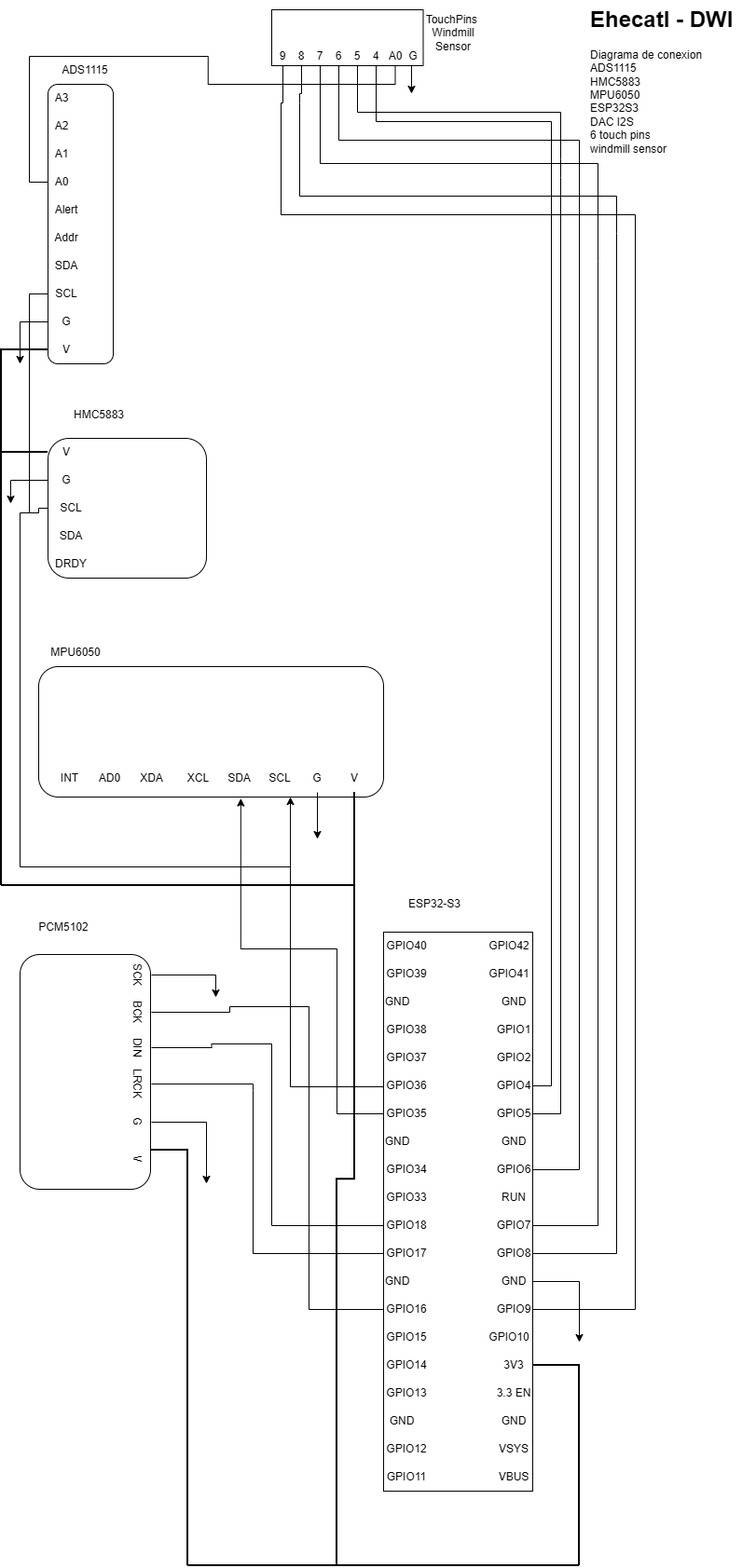
Before: Schematic/Ehecatl-DWI.drawio.png, a diagram exported from draw.io (manoxs/Ehecatl). Source tidied: cells renumbered, new cells last; positions are measured from the earlier drawing's top-left corner, leaving out a move shared by most shapes.
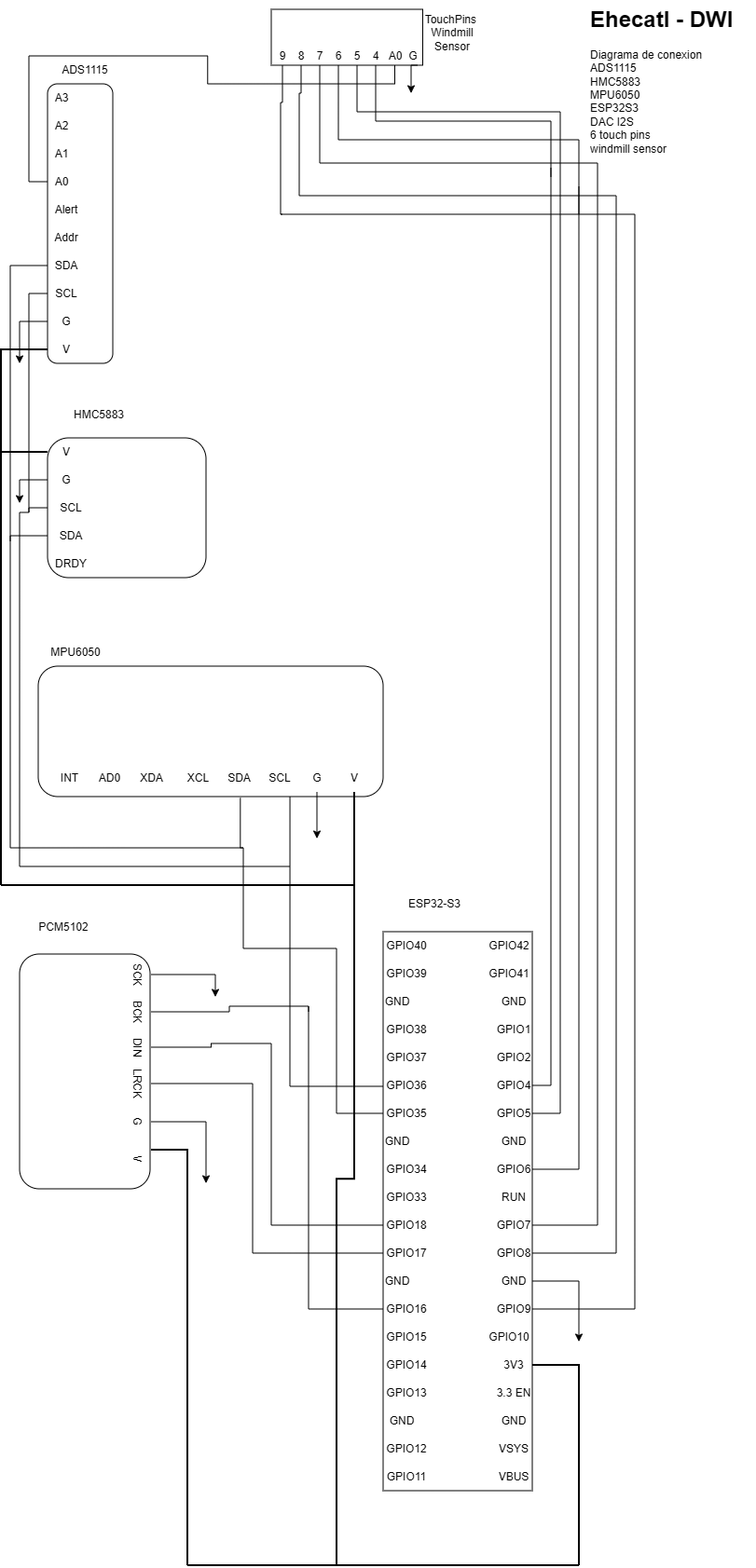
After the commit.

Change to the diagram source:
```diff
@@ -82,6 +82,11 @@
         <mxPoint x="-20" y="490" as="targetPoint" />
       </mxGeometry>
     </mxCell>
+    <mxCell id="141" style="edgeStyle=orthogonalEdgeStyle;rounded=0;jettySize=auto;html=1;endArrow=none;endFill=0;strokeColor=light-dark(#000000,#FF3333);" parent="16" edge="1" source="26">
+      <mxGeometry relative="1" as="geometry">
+        <mxPoint x="-40" y="520.8" as="targetPoint" />
+      </mxGeometry>
+    </mxCell>
     <mxCell id="26" value="SDA" style="text;html=1;whiteSpace=wrap;strokeColor=none;fillColor=none;align=center;verticalAlign=middle;rounded=0;" parent="16" vertex="1">
       <mxGeometry y="210" width="40" height="30" as="geometry" />
     </mxCell>
@@ -474,16 +479,18 @@
         <mxPoint x="656" y="1680" as="targetPoint" />
       </mxGeometry>
     </mxCell>
-    <mxCell id="127" style="edgeStyle=orthogonalEdgeStyle;rounded=0;jettySize=auto;html=1;entryX=0.586;entryY=1.009;entryDx=0;entryDy=0;entryPerimeter=0;strokeColor=light-dark(#000000,#FF3333);" parent="1" edge="1" source="114" target="3">
+    <mxCell id="127" style="edgeStyle=orthogonalEdgeStyle;rounded=0;jettySize=auto;html=1;entryX=0.586;entryY=1.009;entryDx=0;entryDy=0;entryPerimeter=0;strokeColor=light-dark(#000000,#FF3333);endArrow=none;endFill=0;" parent="1" edge="1" source="114" target="3">
       <mxGeometry relative="1" as="geometry">
         <Array as="points">
           <mxPoint x="396" y="1195" />
           <mxPoint x="396" y="1018" />
-          <mxPoint x="293" y="1018" />
+          <mxPoint x="296" y="1018" />
+          <mxPoint x="296" y="910" />
+          <mxPoint x="293" y="910" />
         </Array>
       </mxGeometry>
     </mxCell>
-    <mxCell id="128" style="edgeStyle=orthogonalEdgeStyle;rounded=0;orthogonalLoop=1;jettySize=auto;html=1;entryX=0.692;entryY=0.995;entryDx=0;entryDy=0;entryPerimeter=0;strokeColor=light-dark(#000000,#33FFFF);" parent="1" edge="1">
+    <mxCell id="128" style="edgeStyle=orthogonalEdgeStyle;rounded=0;orthogonalLoop=1;jettySize=auto;html=1;entryX=0.692;entryY=0.995;entryDx=0;entryDy=0;entryPerimeter=0;strokeColor=light-dark(#000000,#33FFFF);endArrow=none;endFill=0;" parent="1" edge="1">
       <mxGeometry relative="1" as="geometry">
         <mxPoint x="446" y="1166" as="sourcePoint" />
         <mxPoint x="346" y="855" as="targetPoint" />
@@ -494,7 +501,11 @@
     </mxCell>
     <mxCell id="130" style="edgeStyle=orthogonalEdgeStyle;rounded=0;jettySize=auto;html=1;" parent="1" edge="1" source="131">
       <mxGeometry relative="1" as="geometry">
-        <mxPoint x="46" y="540" as="targetPoint" />
+        <mxPoint x="56" y="540" as="targetPoint" />
+        <Array as="points">
+          <mxPoint x="56" y="515" />
+          <mxPoint x="56" y="540" />
+        </Array>
       </mxGeometry>
     </mxCell>
     <mxCell id="131" value="G" style="text;html=1;whiteSpace=wrap;strokeColor=none;fillColor=none;align=center;verticalAlign=middle;rounded=0;" parent="1" vertex="1">
@@ -515,12 +526,17 @@
       <mxGeometry relative="1" as="geometry">
         <mxPoint x="56" y="930" as="targetPoint" />
         <Array as="points">
-          <mxPoint x="76" y="545" />
-          <mxPoint x="76" y="550" />
+          <mxPoint x="66" y="545" />
+          <mxPoint x="66" y="550" />
           <mxPoint x="56" y="550" />
         </Array>
       </mxGeometry>
     </mxCell>
+    <mxCell id="142" style="edgeStyle=orthogonalEdgeStyle;rounded=0;jettySize=auto;html=1;strokeColor=light-dark(#000000,#FF3333);endArrow=none;endFill=0;" parent="1" edge="1" source="136">
+      <mxGeometry relative="1" as="geometry">
+        <mxPoint x="46" y="910" as="targetPoint" />
+      </mxGeometry>
+    </mxCell>
     <mxCell id="136" value="SDA" style="text;html=1;whiteSpace=wrap;strokeColor=none;fillColor=none;align=center;verticalAlign=middle;rounded=0;" parent="1" vertex="1">
       <mxGeometry x="86" y="560" width="50" height="30" as="geometry" />
     </mxCell>
@@ -542,5 +558,11 @@
         <mxPoint x="346" y="930" as="targetPoint" />
       </mxGeometry>
     </mxCell>
+    <mxCell id="143" style="endArrow=none;html=1;rounded=0;strokeColor=light-dark(#000000,#FF3333);" parent="1" edge="1">
+      <mxGeometry relative="1" as="geometry">
+        <mxPoint x="46" y="910" as="sourcePoint" />
+        <mxPoint x="296" y="910" as="targetPoint" />
+      </mxGeometry>
+    </mxCell>
   </root>
 </mxGraphModel>
```
